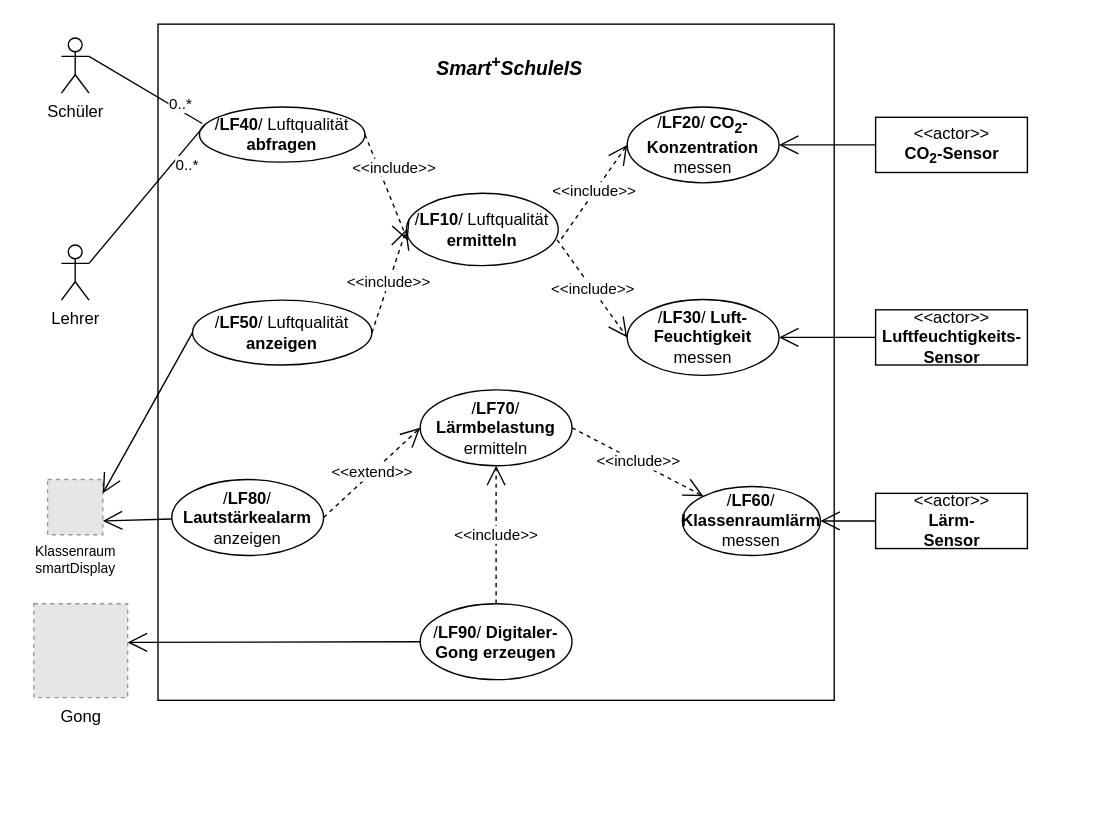
This is SchulEtage_Anwendungsfaelle.drawio from etaCarinaeLovelace/syp, a draw.io file, before an edit. Source tidied: cells renumbered, new cells numbered last; positions are measured from the earlier drawing's top-left corner, leaving out a move shared by most shapes. Both pictures are drawn from the tidied source at 138%, with x=0, y=0 at pixel (33, 23). Pictures stored in the file or linked from it are replaced by grey dashed boxes.
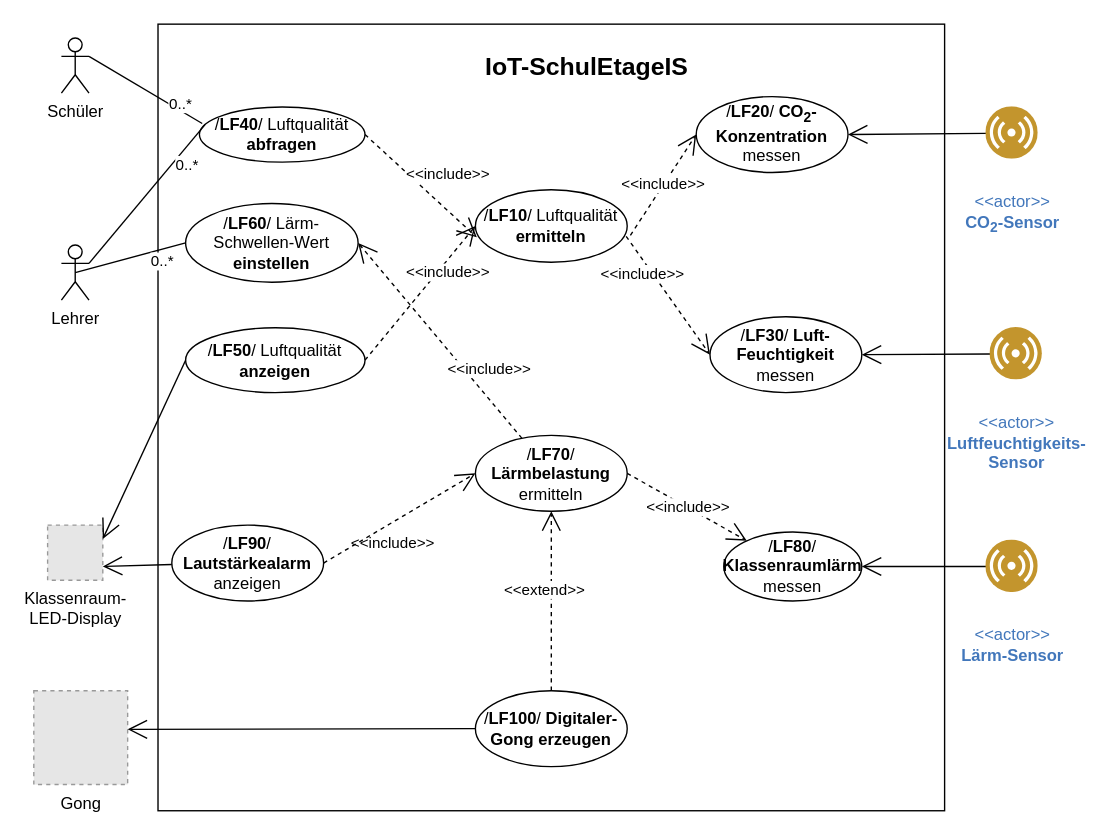
The same page after the edit.

The change refers to these unchanged cells:
```xml
<mxCell id="4" value="Lehrer" style="shape=umlActor;verticalLabelPosition=bottom;verticalAlign=top;html=1;outlineConnect=0;" parent="1" vertex="1">
  <mxGeometry x="20" y="160" width="20" height="40" as="geometry" />
</mxCell>
<mxCell id="5" value="/&lt;b&gt;LF40&lt;/b&gt;/ Luftqualität &lt;b&gt;abfragen&lt;/b&gt;" style="ellipse;whiteSpace=wrap;html=1;" parent="1" vertex="1">
  <mxGeometry x="120" y="60" width="120" height="40" as="geometry" />
</mxCell>
```

What changed in the source:
```diff
@@
     <mxCell id="2" style="whiteSpace=wrap;html=1;" parent="1" vertex="1">
-      <mxGeometry x="90" width="490" height="490" as="geometry" />
+      <mxGeometry x="90" width="570" height="570" as="geometry" />
     </mxCell>
-    <mxCell id="3" value="&lt;i&gt;&lt;b&gt;&lt;font style=&quot;font-size: 14px&quot;&gt;&lt;span style=&quot;line-height: 115% ; font-family: &amp;#34;arial&amp;#34; , &amp;#34;sans-serif&amp;#34;&quot;&gt;Smart&lt;sup&gt;+&lt;/sup&gt;SchuleIS&lt;/span&gt;&lt;/font&gt;&lt;/b&gt;&lt;/i&gt;" style="text;html=1;strokeColor=none;fillColor=none;align=center;verticalAlign=middle;whiteSpace=wrap;rounded=0;" parent="1" vertex="1">
-      <mxGeometry x="325" y="20" width="40" height="20" as="geometry" />
+    <mxCell id="3" value="&lt;div align=&quot;center&quot;&gt;&lt;font size=&quot;1&quot;&gt;&lt;b style=&quot;font-size: 18px&quot;&gt;IoT-SchulEtageIS&lt;/b&gt;&lt;/font&gt;&lt;/div&gt;" style="text;html=1;strokeColor=none;fillColor=none;align=center;verticalAlign=middle;whiteSpace=wrap;rounded=0;" parent="1" vertex="1">
+      <mxGeometry x="322" y="21" width="158" height="20" as="geometry" />
     </mxCell>
@@
     <mxCell id="9" value="&lt;div&gt;/&lt;b&gt;LF20&lt;/b&gt;/ &lt;strong&gt; CO&lt;sub&gt;2&lt;/sub&gt;-Konzentration &lt;/strong&gt;messen&lt;/div&gt;&lt;strong&gt;&lt;/strong&gt;" style="ellipse;whiteSpace=wrap;html=1;" parent="1" vertex="1">
-      <mxGeometry x="430" y="60" width="110" height="55" as="geometry" />
+      <mxGeometry x="480" y="52.5" width="110" height="55" as="geometry" />
     </mxCell>
@@
     <mxCell id="11" value="&amp;lt;&amp;lt;include&amp;gt;&amp;gt;" style="endArrow=open;endSize=12;dashed=1;html=1;entryX=0;entryY=0.5;entryDx=0;entryDy=0;exitX=0.993;exitY=0.643;exitDx=0;exitDy=0;exitPerimeter=0;" parent="1" edge="1" source="18" target="19">
-      <mxGeometry relative="1" as="geometry" />
+      <mxGeometry x="-0.47" y="-6" relative="1" as="geometry">
+        <mxPoint y="1" as="offset" />
+      </mxGeometry>
     </mxCell>
-    <mxCell id="12" style="endArrow=open;endFill=1;endSize=12;html=1;exitX=0;exitY=0.5;exitDx=0;exitDy=0;entryX=1;entryY=0.5;entryDx=0;entryDy=0;" parent="1" edge="1" source="13" target="9">
+    <mxCell id="12" style="endArrow=open;endFill=1;endSize=12;html=1;entryX=1;entryY=0.5;entryDx=0;entryDy=0;" parent="1" edge="1" source="13" target="9">
       <mxGeometry relative="1" as="geometry" />
     </mxCell>
-    <mxCell id="13" value="&lt;div&gt;&amp;lt;&amp;lt;actor&amp;gt;&amp;gt;&lt;/div&gt;&lt;div&gt;&lt;strong&gt;CO&lt;sub&gt;2&lt;/sub&gt;-Sensor&lt;/strong&gt;&lt;/div&gt;" style="html=1;" parent="1" vertex="1">
-      <mxGeometry x="610" y="67.5" width="110" height="40" as="geometry" />
-    </mxCell>
-    <mxCell id="14" value="&lt;div&gt;&amp;lt;&amp;lt;actor&amp;gt;&amp;gt; &lt;br&gt;&lt;/div&gt;&lt;div&gt;&lt;strong&gt;Luftfeuchtigkeits-&lt;/strong&gt;&lt;/div&gt;&lt;div&gt;&lt;strong&gt;Sensor&lt;/strong&gt;&lt;/div&gt;&lt;div&gt;&lt;/div&gt;" style="html=1;" parent="1" vertex="1">
-      <mxGeometry x="610" y="207" width="110" height="40" as="geometry" />
-    </mxCell>
-    <mxCell id="15" value="&lt;div style=&quot;font-size: 10px&quot;&gt;&lt;font style=&quot;font-size: 10px&quot;&gt;Klassenraum &lt;br&gt;&lt;/font&gt;&lt;/div&gt;&lt;div style=&quot;font-size: 10px&quot;&gt;&lt;font style=&quot;font-size: 10px&quot;&gt;smartDisplay&lt;/font&gt;&lt;/div&gt;" style="fillColor=#E6E6E6;strokeColor=#999999;dashed=1;html=1;verticalAlign=top;verticalLabelPosition=bottom;labelBackgroundColor=#ffffff;" parent="1" vertex="1">
-      <mxGeometry x="10" y="330" width="40" height="40" as="geometry" />
+    <mxCell id="15" value="&lt;div&gt;Klassenraum-&lt;/div&gt;&lt;div&gt;LED-Display&lt;br&gt;&lt;/div&gt;" style="fillColor=#E6E6E6;strokeColor=#999999;dashed=1;html=1;verticalAlign=top;verticalLabelPosition=bottom;labelBackgroundColor=#ffffff;" parent="1" vertex="1">
+      <mxGeometry x="10" y="363" width="40" height="40" as="geometry" />
     </mxCell>
     <mxCell id="16" value="&lt;div&gt;/&lt;b&gt;LF50&lt;/b&gt;/ Luftqualität&lt;/div&gt;&lt;div&gt;&lt;b&gt;anzeigen&lt;/b&gt;&lt;br&gt;&lt;/div&gt;" style="ellipse;whiteSpace=wrap;html=1;" parent="1" vertex="1">
-      <mxGeometry x="115" y="200" width="130" height="47" as="geometry" />
+      <mxGeometry x="110" y="220" width="130" height="47" as="geometry" />
     </mxCell>
@@
     <mxCell id="18" value="&lt;div&gt;/&lt;b&gt;LF10&lt;/b&gt;/ Luftqualität&lt;/div&gt;&lt;div&gt;&lt;b&gt;ermitteln&lt;/b&gt;&lt;br&gt;&lt;/div&gt;" style="ellipse;whiteSpace=wrap;html=1;" parent="1" vertex="1">
-      <mxGeometry x="270" y="122.5" width="110" height="52.5" as="geometry" />
+      <mxGeometry x="320" y="120" width="110" height="52.5" as="geometry" />
     </mxCell>
     <mxCell id="19" value="&lt;div&gt;/&lt;b&gt;LF30&lt;/b&gt;/ &lt;b&gt;Luft-&lt;/b&gt;&lt;/div&gt;&lt;div&gt;&lt;b&gt;Feuchtigkeit&lt;/b&gt; &lt;br&gt;&lt;/div&gt;&lt;div&gt;messen&lt;br&gt;&lt;/div&gt;" style="ellipse;whiteSpace=wrap;html=1;" parent="1" vertex="1">
-      <mxGeometry x="430" y="199.5" width="110" height="55" as="geometry" />
+      <mxGeometry x="490" y="212" width="110" height="55" as="geometry" />
     </mxCell>
-    <mxCell id="20" style="endArrow=open;endFill=1;endSize=12;html=1;exitX=0;exitY=0.5;exitDx=0;exitDy=0;entryX=1;entryY=0.5;entryDx=0;entryDy=0;" parent="1" edge="1" source="14" target="19">
+    <mxCell id="20" style="endArrow=open;endFill=1;endSize=12;html=1;exitX=0;exitY=0.5;exitDx=0;exitDy=0;" parent="1" edge="1" source="14" target="19">
       <mxGeometry relative="1" as="geometry" />
     </mxCell>
     <mxCell id="21" value="&amp;lt;&amp;lt;include&amp;gt;&amp;gt;" style="endArrow=open;endSize=12;dashed=1;html=1;entryX=0;entryY=0.5;entryDx=0;entryDy=0;exitX=1;exitY=0.5;exitDx=0;exitDy=0;" parent="1" edge="1" source="16" target="18">
-      <mxGeometry relative="1" as="geometry" />
+      <mxGeometry x="0.38" y="-6" relative="1" as="geometry" />
     </mxCell>
     <mxCell id="22" value="&amp;lt;&amp;lt;include&amp;gt;&amp;gt;" style="endArrow=open;endSize=12;dashed=1;html=1;entryX=0.009;entryY=0.657;entryDx=0;entryDy=0;entryPerimeter=0;exitX=1;exitY=0.5;exitDx=0;exitDy=0;" parent="1" edge="1" source="5" target="18">
-      <mxGeometry x="-0.28" y="11" relative="1" as="geometry" />
+      <mxGeometry x="0.17" y="19" relative="1" as="geometry" />
     </mxCell>
-    <mxCell id="23" value="&lt;div&gt;&amp;lt;&amp;lt;actor&amp;gt;&amp;gt; &lt;br&gt;&lt;/div&gt;&lt;div&gt;&lt;strong&gt;Lärm-&lt;/strong&gt;&lt;/div&gt;&lt;div&gt;&lt;strong&gt;Sensor&lt;/strong&gt;&lt;/div&gt;&lt;div&gt;&lt;/div&gt;" style="html=1;" parent="1" vertex="1">
-      <mxGeometry x="610" y="340" width="110" height="40" as="geometry" />
-    </mxCell>
-    <mxCell id="24" value="&lt;div&gt;/&lt;b&gt;LF60&lt;/b&gt;/ &lt;b&gt;Klassenraumlärm&lt;/b&gt;&lt;/div&gt;&lt;div&gt;messen&lt;br&gt;&lt;/div&gt;" style="ellipse;whiteSpace=wrap;html=1;" parent="1" vertex="1">
-      <mxGeometry x="470" y="335" width="100" height="50" as="geometry" />
+    <mxCell id="24" value="&lt;div&gt;/&lt;b&gt;LF80&lt;/b&gt;/ &lt;b&gt;Klassenraumlärm&lt;/b&gt;&lt;/div&gt;&lt;div&gt;messen&lt;br&gt;&lt;/div&gt;" style="ellipse;whiteSpace=wrap;html=1;" parent="1" vertex="1">
+      <mxGeometry x="500" y="368" width="100" height="50" as="geometry" />
     </mxCell>
-    <mxCell id="25" style="endArrow=open;endFill=1;endSize=12;html=1;exitX=0;exitY=0.5;exitDx=0;exitDy=0;entryX=1;entryY=0.5;entryDx=0;entryDy=0;" parent="1" edge="1" source="23" target="24">
+    <mxCell id="25" style="endArrow=open;endFill=1;endSize=12;html=1;entryX=1;entryY=0.5;entryDx=0;entryDy=0;" parent="1" edge="1" source="35" target="24">
       <mxGeometry relative="1" as="geometry" />
     </mxCell>
     <mxCell id="26" value="&lt;div&gt;/&lt;b&gt;LF70&lt;/b&gt;/ &lt;b&gt;Lärmbelastung&lt;/b&gt;&lt;/div&gt;&lt;div&gt;ermitteln&lt;br&gt;&lt;/div&gt;" style="ellipse;whiteSpace=wrap;html=1;" parent="1" vertex="1">
-      <mxGeometry x="280" y="265" width="110" height="55" as="geometry" />
+      <mxGeometry x="320" y="298" width="110" height="55" as="geometry" />
     </mxCell>
@@
-    <mxCell id="28" value="&lt;div&gt;/&lt;b&gt;LF90&lt;/b&gt;/ &lt;b&gt;Digitaler-Gong erzeugen&lt;br&gt;&lt;/b&gt;&lt;/div&gt;" style="ellipse;whiteSpace=wrap;html=1;" parent="1" vertex="1">
-      <mxGeometry x="280" y="420" width="110" height="55" as="geometry" />
+    <mxCell id="28" value="&lt;div&gt;/&lt;b&gt;LF100&lt;/b&gt;/ &lt;b&gt;Digitaler-Gong erzeugen&lt;br&gt;&lt;/b&gt;&lt;/div&gt;" style="ellipse;whiteSpace=wrap;html=1;" parent="1" vertex="1">
+      <mxGeometry x="320" y="483" width="110" height="55" as="geometry" />
     </mxCell>
     <mxCell id="29" value="&amp;lt;&amp;lt;include&amp;gt;&amp;gt;" style="endArrow=open;endSize=12;dashed=1;html=1;exitX=0.5;exitY=0;exitDx=0;exitDy=0;entryX=0.5;entryY=1;entryDx=0;entryDy=0;" parent="1" edge="1" source="28" target="26">
-      <mxGeometry relative="1" as="geometry" />
+      <mxGeometry x="0.66" y="115" relative="1" as="geometry">
+        <mxPoint y="1" as="offset" />
+      </mxGeometry>
     </mxCell>
@@
-    <mxCell id="31" value="&lt;div&gt;/&lt;b&gt;LF80&lt;/b&gt;/ &lt;b&gt;Lautstärkealarm&lt;br&gt;&lt;/b&gt;&lt;/div&gt;&lt;div&gt;anzeigen&lt;br&gt;&lt;/div&gt;" style="ellipse;whiteSpace=wrap;html=1;" parent="1" vertex="1">
-      <mxGeometry x="100" y="330" width="110" height="55" as="geometry" />
+    <mxCell id="31" value="&lt;div&gt;/&lt;b&gt;LF90&lt;/b&gt;/ &lt;b&gt;Lautstärkealarm&lt;br&gt;&lt;/b&gt;&lt;/div&gt;&lt;div&gt;anzeigen&lt;br&gt;&lt;/div&gt;" style="ellipse;whiteSpace=wrap;html=1;" parent="1" vertex="1">
+      <mxGeometry x="100" y="363" width="110" height="55" as="geometry" />
     </mxCell>
     <mxCell id="32" value="&amp;lt;&amp;lt;extend&amp;gt;&amp;gt;" style="endArrow=open;endSize=12;dashed=1;html=1;exitX=1;exitY=0.5;exitDx=0;exitDy=0;entryX=0;entryY=0.5;entryDx=0;entryDy=0;" parent="1" edge="1" source="31" target="26">
-      <mxGeometry relative="1" as="geometry" />
+      <mxGeometry x="1" y="-98" relative="1" as="geometry" />
     </mxCell>
     <mxCell id="33" value="Gong" style="fillColor=#E6E6E6;strokeColor=#999999;dashed=1;html=1;verticalAlign=top;verticalLabelPosition=bottom;labelBackgroundColor=#ffffff;" parent="1" vertex="1">
-      <mxGeometry y="420" width="68" height="68" as="geometry" />
+      <mxGeometry y="483" width="68" height="68" as="geometry" />
     </mxCell>
     <mxCell id="34" style="endArrow=open;endFill=1;endSize=12;html=1;exitX=0;exitY=0.5;exitDx=0;exitDy=0;" parent="1" edge="1" source="28">
       <mxGeometry relative="1" as="geometry">
-        <mxPoint x="68" y="448" as="targetPoint" />
+        <mxPoint x="68" y="511" as="targetPoint" />
       </mxGeometry>
     </mxCell>
+    <mxCell id="13" value="&#10;&lt;div&gt;&amp;lt;&amp;lt;actor&amp;gt;&amp;gt;&lt;/div&gt;&lt;div&gt;&lt;strong&gt;CO&lt;sub&gt;2&lt;/sub&gt;-Sensor&lt;/strong&gt;&lt;/div&gt;&#10;&#10;" style="perimeter=ellipsePerimeter;html=1;align=center;shadow=0;dashed=0;fontColor=#4277BB;labelBackgroundColor=#ffffff;fontSize=12;spacingTop=3;image;image=img/lib/ibm/users/sensor.svg;" parent="1" vertex="1">
+      <mxGeometry x="690" y="60" width="38" height="38" as="geometry" />
+    </mxCell>
+    <mxCell id="14" value="&#10;&lt;div&gt;&amp;lt;&amp;lt;actor&amp;gt;&amp;gt; &lt;br&gt;&lt;/div&gt;&lt;div&gt;&lt;strong&gt;Luftfeuchtigkeits-&lt;/strong&gt;&lt;/div&gt;&lt;div&gt;&lt;strong&gt;Sensor&lt;/strong&gt;&lt;/div&gt;&lt;div&gt;&lt;/div&gt;&#10;&#10;" style="perimeter=ellipsePerimeter;html=1;align=center;shadow=0;dashed=0;fontColor=#4277BB;labelBackgroundColor=#ffffff;fontSize=12;spacingTop=3;image;image=img/lib/ibm/users/sensor.svg;" parent="1" vertex="1">
+      <mxGeometry x="693" y="220" width="38" height="38" as="geometry" />
+    </mxCell>
+    <mxCell id="35" value="&lt;br&gt;&lt;div&gt;&amp;lt;&amp;lt;actor&amp;gt;&amp;gt; &lt;br&gt;&lt;/div&gt;&lt;div&gt;&lt;strong&gt;Lärm-Sensor&lt;/strong&gt;&lt;/div&gt;&lt;div&gt;&lt;/div&gt;&lt;br&gt;" style="perimeter=ellipsePerimeter;html=1;align=center;shadow=0;dashed=0;fontColor=#4277BB;labelBackgroundColor=#ffffff;fontSize=12;spacingTop=3;image;image=img/lib/ibm/users/sensor.svg;" parent="1" vertex="1">
+      <mxGeometry x="690" y="374" width="38" height="38" as="geometry" />
+    </mxCell>
+    <mxCell id="36" value="/&lt;b&gt;LF60&lt;/b&gt;/ Lärm-Schwellen-Wert &lt;b&gt;einstellen&lt;/b&gt;" style="ellipse;whiteSpace=wrap;html=1;" parent="1" vertex="1">
+      <mxGeometry x="110" y="130" width="125" height="57" as="geometry" />
+    </mxCell>
+    <mxCell id="37" value="0..*" style="endArrow=none;html=1;entryX=0;entryY=0.5;entryDx=0;entryDy=0;exitX=0.5;exitY=0.5;exitDx=0;exitDy=0;exitPerimeter=0;" parent="1" edge="1" source="4" target="36">
+      <mxGeometry x="0.53" y="-9" relative="1" as="geometry" />
+    </mxCell>
+    <mxCell id="38" value="&amp;lt;&amp;lt;include&amp;gt;&amp;gt;" style="endArrow=open;endSize=12;dashed=1;html=1;entryX=1;entryY=0.5;entryDx=0;entryDy=0;" parent="1" edge="1" source="26" target="36">
+      <mxGeometry x="-0.42" y="-14" relative="1" as="geometry" />
+    </mxCell>
```
